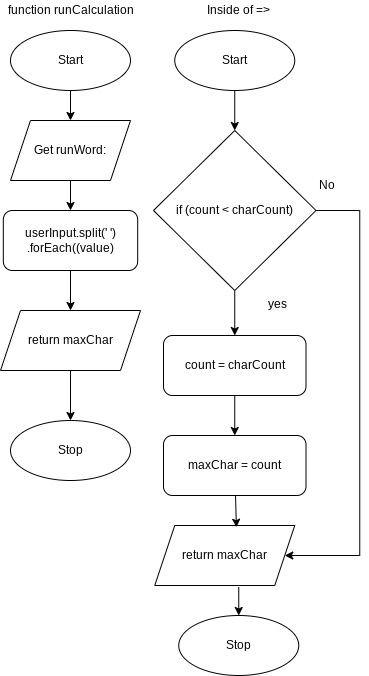
Above: Drawio/Flowchart.png in JacksonNaufal/ics4u-assignment-2-ERROR--typescript (draw.io), before the change. Source tidied: cells renumbered, new cells last; positions are measured from the earlier drawing's top-left corner, leaving out a move shared by most shapes.
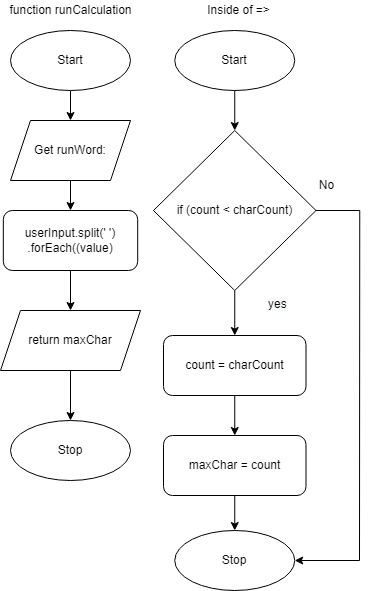
The same diagram one commit later.

What changed in the source:
```diff
@@ -9,22 +9,16 @@
       <mxGeometry x="174.2" y="30" width="120" height="60" as="geometry" />
     </mxCell>
     <mxCell id="4" value="Stop" style="ellipse;whiteSpace=wrap;html=1;" parent="1" vertex="1">
-      <mxGeometry x="178.2" y="615" width="120" height="60" as="geometry" />
+      <mxGeometry x="174.2" y="530" width="120" height="60" as="geometry" />
     </mxCell>
-    <mxCell id="5" style="edgeStyle=none;html=1;exitX=0.6;exitY=1.028;exitDx=0;exitDy=0;exitPerimeter=0;" parent="1" edge="1" source="6" target="4">
-      <mxGeometry relative="1" as="geometry" />
-    </mxCell>
-    <mxCell id="6" value="return maxChar" style="shape=parallelogram;perimeter=parallelogramPerimeter;whiteSpace=wrap;html=1;fixedSize=1;" parent="1" vertex="1">
-      <mxGeometry x="154.2" y="525" width="140" height="60" as="geometry" />
-    </mxCell>
     <mxCell id="7" value="&lt;font style=&quot;font-size: 12px&quot;&gt;No&lt;/font&gt;" style="text;html=1;align=center;verticalAlign=middle;strokeColor=none;fillColor=none;fontSize=10;" parent="1" vertex="1">
       <mxGeometry x="310.5" y="175" width="30" height="20" as="geometry" />
     </mxCell>
-    <mxCell id="8" style="edgeStyle=none;html=1;entryX=1;entryY=0.5;entryDx=0;entryDy=0;rounded=0;" parent="1" edge="1" source="10" target="6">
+    <mxCell id="8" style="edgeStyle=none;html=1;entryX=1;entryY=0.5;entryDx=0;entryDy=0;rounded=0;" parent="1" edge="1" source="10" target="4">
       <mxGeometry relative="1" as="geometry">
         <Array as="points">
           <mxPoint x="359.2" y="210" />
-          <mxPoint x="359.2" y="555" />
+          <mxPoint x="359" y="560" />
         </Array>
       </mxGeometry>
     </mxCell>
@@ -43,9 +37,9 @@
     <mxCell id="13" value="count = charCount" style="rounded=1;whiteSpace=wrap;html=1;" parent="1" vertex="1">
       <mxGeometry x="163" y="335" width="142.5" height="60" as="geometry" />
     </mxCell>
-    <mxCell id="14" style="edgeStyle=none;rounded=0;html=1;entryX=0.583;entryY=0.029;entryDx=0;entryDy=0;entryPerimeter=0;" parent="1" edge="1" source="15" target="6">
-      <mxGeometry relative="1" as="geometry" />
-    </mxCell>
+    <mxCell id="27" style="edgeStyle=none;html=1;entryX=0.5;entryY=0;entryDx=0;entryDy=0;" parent="1" edge="1" source="15" target="4">
+      <mxGeometry relative="1" as="geometry" />
+    </mxCell>
     <mxCell id="15" value="maxChar = count" style="rounded=1;whiteSpace=wrap;html=1;" parent="1" vertex="1">
       <mxGeometry x="163" y="435" width="142.5" height="60" as="geometry" />
     </mxCell>
```
